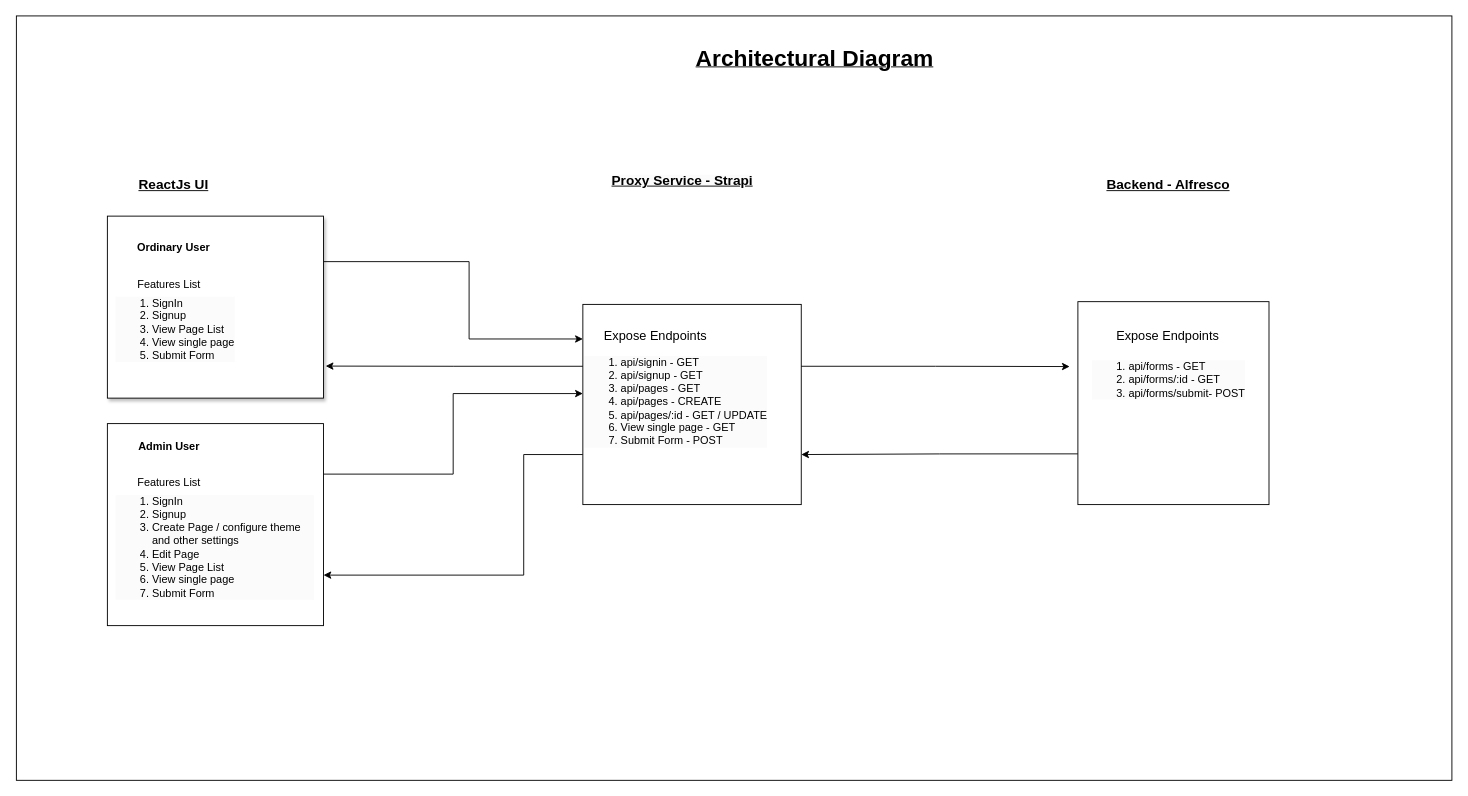
This is archiecture.drawio from mountainfirefly/diagrams, a draw.io file, before an edit. Source tidied: cells renumbered, new cells numbered last; positions are measured from the earlier drawing's top-left corner, leaving out a move shared by most shapes. Both pictures are drawn from the tidied source at 91%, with x=0, y=0 at pixel (15, 15).
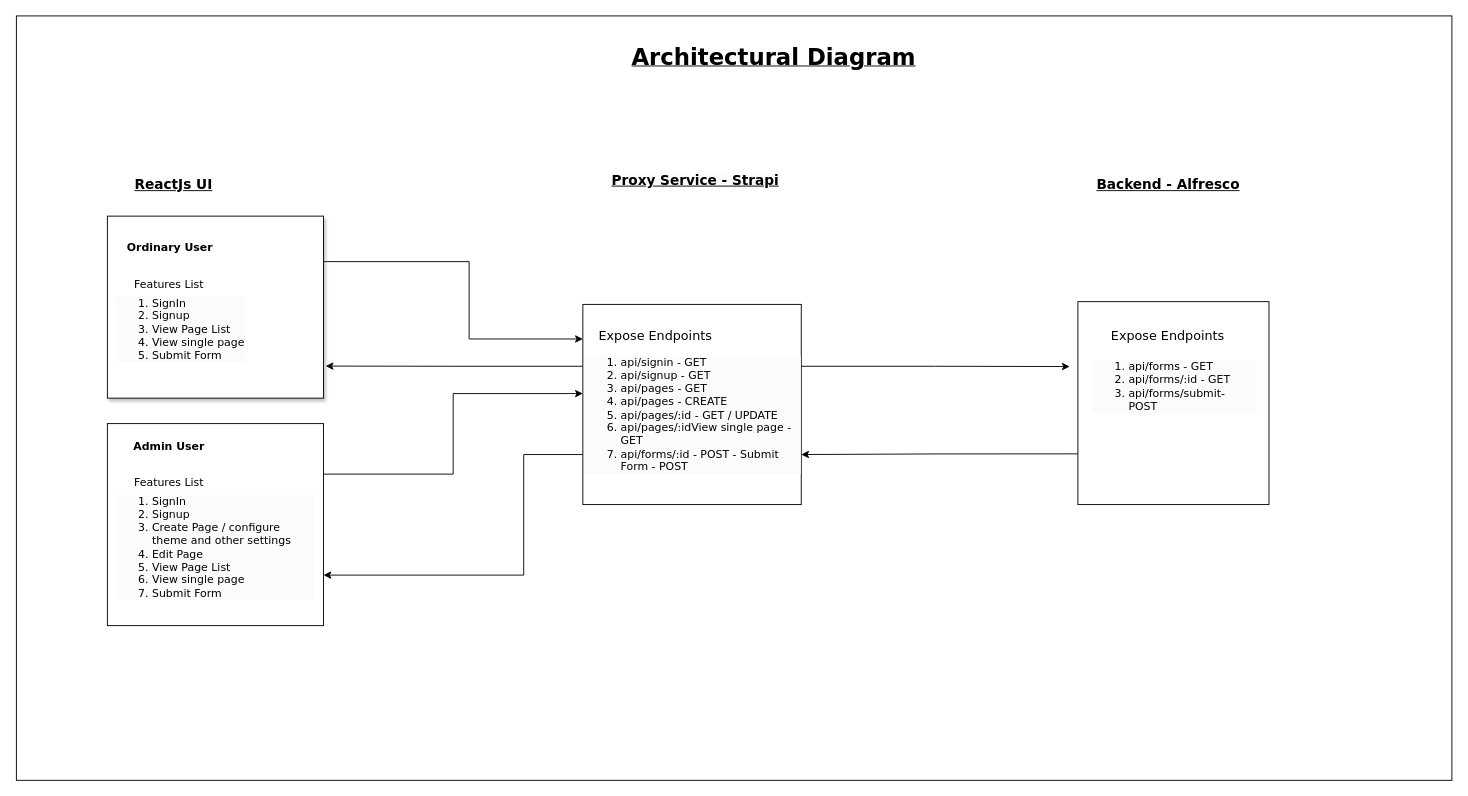
Above is the later version.

What changed in the source:
```diff
@@
-    <mxCell id="3" style="edgeStyle=orthogonalEdgeStyle;rounded=0;jettySize=auto;html=1;exitX=0;exitY=0.75;exitDx=0;exitDy=0;entryX=1;entryY=0.75;entryDx=0;entryDy=0;" parent="1" edge="1" source="4" target="6">
+    <mxCell id="3" style="edgeStyle=orthogonalEdgeStyle;rounded=0;jettySize=auto;html=1;exitX=0;exitY=0.75;exitDx=0;exitDy=0;entryX=1;entryY=0.75;entryDx=0;entryDy=0;fontFamily=Verdana;" parent="1" edge="1" source="4" target="6">
       <mxGeometry relative="1" as="geometry" />
     </mxCell>
-    <mxCell id="4" style="rounded=0;whiteSpace=wrap;html=1;" parent="1" vertex="1">
+    <mxCell id="4" style="rounded=0;whiteSpace=wrap;html=1;fontFamily=Verdana;" parent="1" vertex="1">
       <mxGeometry x="1167" y="314" width="210" height="223" as="geometry" />
     </mxCell>
-    <mxCell id="5" style="edgeStyle=orthogonalEdgeStyle;rounded=0;jettySize=auto;html=1;exitX=0;exitY=0.75;exitDx=0;exitDy=0;entryX=1;entryY=0.75;entryDx=0;entryDy=0;" parent="1" edge="1" source="6" target="8">
+    <mxCell id="5" style="edgeStyle=orthogonalEdgeStyle;rounded=0;jettySize=auto;html=1;exitX=0;exitY=0.75;exitDx=0;exitDy=0;entryX=1;entryY=0.75;entryDx=0;entryDy=0;fontFamily=Verdana;" parent="1" edge="1" source="6" target="8">
       <mxGeometry relative="1" as="geometry">
         <Array as="points">
           <mxPoint x="558" y="482" />
           <mxPoint x="558" y="615" />
         </Array>
       </mxGeometry>
     </mxCell>
-    <mxCell id="6" style="rounded=0;whiteSpace=wrap;html=1;" parent="1" vertex="1">
+    <mxCell id="6" style="rounded=0;whiteSpace=wrap;html=1;fontFamily=Verdana;" parent="1" vertex="1">
       <mxGeometry x="623" y="317" width="240" height="220" as="geometry" />
     </mxCell>
-    <mxCell id="7" style="edgeStyle=orthogonalEdgeStyle;rounded=0;jettySize=auto;html=1;exitX=1;exitY=0.25;exitDx=0;exitDy=0;entryX=0;entryY=0.5;entryDx=0;entryDy=0;" parent="1" edge="1" source="8" target="22">
+    <mxCell id="7" style="edgeStyle=orthogonalEdgeStyle;rounded=0;jettySize=auto;html=1;exitX=1;exitY=0.25;exitDx=0;exitDy=0;entryX=0;entryY=0.5;entryDx=0;entryDy=0;fontFamily=Verdana;" parent="1" edge="1" source="8" target="22">
       <mxGeometry relative="1" as="geometry" />
     </mxCell>
-    <mxCell id="8" style="rounded=0;whiteSpace=wrap;html=1;" parent="1" vertex="1">
+    <mxCell id="8" style="rounded=0;whiteSpace=wrap;html=1;fontFamily=Verdana;" parent="1" vertex="1">
       <mxGeometry x="100.5" y="448" width="237.5" height="222" as="geometry" />
     </mxCell>
-    <mxCell id="9" style="edgeStyle=orthogonalEdgeStyle;rounded=0;jettySize=auto;html=1;exitX=1;exitY=0.25;exitDx=0;exitDy=0;entryX=0;entryY=0;entryDx=0;entryDy=0;" parent="1" edge="1" source="10" target="22">
+    <mxCell id="9" style="edgeStyle=orthogonalEdgeStyle;rounded=0;jettySize=auto;html=1;exitX=1;exitY=0.25;exitDx=0;exitDy=0;entryX=0;entryY=0;entryDx=0;entryDy=0;fontFamily=Verdana;" parent="1" edge="1" source="10" target="22">
       <mxGeometry relative="1" as="geometry">
         <Array as="points">
           <mxPoint x="498" y="270" />
           <mxPoint x="498" y="355" />
         </Array>
       </mxGeometry>
     </mxCell>
-    <mxCell id="10" style="rounded=0;whiteSpace=wrap;html=1;shadow=1;" parent="1" vertex="1">
+    <mxCell id="10" style="rounded=0;whiteSpace=wrap;html=1;shadow=1;fontFamily=Verdana;" parent="1" vertex="1">
       <mxGeometry x="100.5" y="220" width="237.5" height="200" as="geometry" />
     </mxCell>
-    <mxCell id="11" value="&lt;font style=&quot;font-size: 15px;&quot;&gt;&lt;u&gt;&lt;b&gt;ReactJs UI&lt;/b&gt;&lt;/u&gt;&lt;/font&gt;" style="text;html=1;align=center;verticalAlign=middle;strokeColor=none;fillColor=none;" parent="1" vertex="1">
-      <mxGeometry x="123" y="170" width="100" height="30" as="geometry" />
+    <mxCell id="11" value="&lt;font style=&quot;font-size: 15px;&quot;&gt;&lt;u&gt;&lt;b&gt;ReactJs UI&lt;/b&gt;&lt;/u&gt;&lt;/font&gt;" style="text;html=1;align=center;verticalAlign=middle;strokeColor=none;fillColor=none;fontFamily=Verdana;" parent="1" vertex="1">
+      <mxGeometry x="118" y="170" width="110" height="30" as="geometry" />
     </mxCell>
-    <mxCell id="12" value="&lt;ol style=&quot;border-color: var(--border-color); color: rgb(0, 0, 0); font-family: Helvetica; font-size: 12px; font-style: normal; font-variant-ligatures: normal; font-variant-caps: normal; font-weight: 400; letter-spacing: normal; orphans: 2; text-align: left; text-indent: 0px; text-transform: none; widows: 2; word-spacing: 0px; -webkit-text-stroke-width: 0px; background-color: rgb(251, 251, 251); text-decoration-thickness: initial; text-decoration-style: initial; text-decoration-color: initial;&quot;&gt;&lt;li style=&quot;border-color: var(--border-color);&quot;&gt;&lt;span style=&quot;border-color: var(--border-color); background-color: initial;&quot;&gt;SignIn&lt;/span&gt;&lt;/li&gt;&lt;li style=&quot;border-color: var(--border-color);&quot;&gt;&lt;span style=&quot;border-color: var(--border-color); background-color: initial;&quot;&gt;Signup&lt;/span&gt;&lt;/li&gt;&lt;li style=&quot;border-color: var(--border-color);&quot;&gt;&lt;span style=&quot;border-color: var(--border-color); background-color: initial;&quot;&gt;View Page List&lt;/span&gt;&lt;/li&gt;&lt;li style=&quot;border-color: var(--border-color);&quot;&gt;&lt;span style=&quot;border-color: var(--border-color); background-color: initial;&quot;&gt;View single page&lt;/span&gt;&lt;/li&gt;&lt;li style=&quot;border-color: var(--border-color);&quot;&gt;Submit Form&lt;/li&gt;&lt;/ol&gt;" style="text;whiteSpace=wrap;html=1;" parent="1" vertex="1">
+    <mxCell id="12" value="&lt;ol style=&quot;border-color: var(--border-color); color: rgb(0, 0, 0); font-size: 12px; font-style: normal; font-variant-ligatures: normal; font-variant-caps: normal; font-weight: 400; letter-spacing: normal; orphans: 2; text-align: left; text-indent: 0px; text-transform: none; widows: 2; word-spacing: 0px; -webkit-text-stroke-width: 0px; background-color: rgb(251, 251, 251); text-decoration-thickness: initial; text-decoration-style: initial; text-decoration-color: initial;&quot;&gt;&lt;li style=&quot;border-color: var(--border-color);&quot;&gt;&lt;span style=&quot;border-color: var(--border-color); background-color: initial;&quot;&gt;SignIn&lt;/span&gt;&lt;/li&gt;&lt;li style=&quot;border-color: var(--border-color);&quot;&gt;&lt;span style=&quot;border-color: var(--border-color); background-color: initial;&quot;&gt;Signup&lt;/span&gt;&lt;/li&gt;&lt;li style=&quot;border-color: var(--border-color);&quot;&gt;&lt;span style=&quot;border-color: var(--border-color); background-color: initial;&quot;&gt;View Page List&lt;/span&gt;&lt;/li&gt;&lt;li style=&quot;border-color: var(--border-color);&quot;&gt;&lt;span style=&quot;border-color: var(--border-color); background-color: initial;&quot;&gt;View single page&lt;/span&gt;&lt;/li&gt;&lt;li style=&quot;border-color: var(--border-color);&quot;&gt;Submit Form&lt;/li&gt;&lt;/ol&gt;" style="text;whiteSpace=wrap;html=1;fontFamily=Verdana;" parent="1" vertex="1">
       <mxGeometry x="108" y="290" width="145" height="120" as="geometry" />
     </mxCell>
-    <mxCell id="13" value="Features List" style="text;html=1;align=center;verticalAlign=middle;strokeColor=none;fillColor=none;" parent="1" vertex="1">
-      <mxGeometry x="123" y="280" width="90" height="30" as="geometry" />
+    <mxCell id="13" value="Features List" style="text;html=1;align=center;verticalAlign=middle;strokeColor=none;fillColor=none;fontFamily=Verdana;" parent="1" vertex="1">
+      <mxGeometry x="118" y="280" width="100" height="30" as="geometry" />
     </mxCell>
-    <mxCell id="14" value="&lt;b&gt;Ordinary User&lt;/b&gt;" style="text;html=1;strokeColor=none;fillColor=none;align=center;verticalAlign=middle;whiteSpace=wrap;rounded=0;" parent="1" vertex="1">
-      <mxGeometry x="125.5" y="240" width="95" height="30" as="geometry" />
+    <mxCell id="14" value="&lt;b&gt;Ordinary User&lt;/b&gt;" style="text;html=1;strokeColor=none;fillColor=none;align=center;verticalAlign=middle;whiteSpace=wrap;rounded=0;fontFamily=Verdana;" parent="1" vertex="1">
+      <mxGeometry x="118" y="240" width="102.5" height="30" as="geometry" />
     </mxCell>
-    <mxCell id="15" value="&lt;ol style=&quot;border-color: var(--border-color); color: rgb(0, 0, 0); font-family: Helvetica; font-size: 12px; font-style: normal; font-variant-ligatures: normal; font-variant-caps: normal; font-weight: 400; letter-spacing: normal; orphans: 2; text-align: left; text-indent: 0px; text-transform: none; widows: 2; word-spacing: 0px; -webkit-text-stroke-width: 0px; background-color: rgb(251, 251, 251); text-decoration-thickness: initial; text-decoration-style: initial; text-decoration-color: initial;&quot;&gt;&lt;li style=&quot;border-color: var(--border-color);&quot;&gt;&lt;span style=&quot;border-color: var(--border-color); background-color: initial;&quot;&gt;SignIn&lt;/span&gt;&lt;/li&gt;&lt;li style=&quot;border-color: var(--border-color);&quot;&gt;&lt;span style=&quot;border-color: var(--border-color); background-color: initial;&quot;&gt;Signup&lt;br&gt;&lt;/span&gt;&lt;/li&gt;&lt;li style=&quot;border-color: var(--border-color);&quot;&gt;Create Page / configure theme and other settings&lt;/li&gt;&lt;li style=&quot;border-color: var(--border-color);&quot;&gt;Edit Page&lt;/li&gt;&lt;li style=&quot;border-color: var(--border-color);&quot;&gt;&lt;span style=&quot;border-color: var(--border-color); background-color: initial;&quot;&gt;View Page List&lt;/span&gt;&lt;/li&gt;&lt;li style=&quot;border-color: var(--border-color);&quot;&gt;View single page&lt;/li&gt;&lt;li style=&quot;border-color: var(--border-color);&quot;&gt;Submit Form&lt;/li&gt;&lt;/ol&gt;" style="text;whiteSpace=wrap;html=1;" parent="1" vertex="1">
+    <mxCell id="15" value="&lt;ol style=&quot;border-color: var(--border-color); color: rgb(0, 0, 0); font-size: 12px; font-style: normal; font-variant-ligatures: normal; font-variant-caps: normal; font-weight: 400; letter-spacing: normal; orphans: 2; text-align: left; text-indent: 0px; text-transform: none; widows: 2; word-spacing: 0px; -webkit-text-stroke-width: 0px; background-color: rgb(251, 251, 251); text-decoration-thickness: initial; text-decoration-style: initial; text-decoration-color: initial;&quot;&gt;&lt;li style=&quot;border-color: var(--border-color);&quot;&gt;&lt;span style=&quot;border-color: var(--border-color); background-color: initial;&quot;&gt;SignIn&lt;/span&gt;&lt;/li&gt;&lt;li style=&quot;border-color: var(--border-color);&quot;&gt;&lt;span style=&quot;border-color: var(--border-color); background-color: initial;&quot;&gt;Signup&lt;br&gt;&lt;/span&gt;&lt;/li&gt;&lt;li style=&quot;border-color: var(--border-color);&quot;&gt;Create Page / configure theme and other settings&lt;/li&gt;&lt;li style=&quot;border-color: var(--border-color);&quot;&gt;Edit Page&lt;/li&gt;&lt;li style=&quot;border-color: var(--border-color);&quot;&gt;&lt;span style=&quot;border-color: var(--border-color); background-color: initial;&quot;&gt;View Page List&lt;/span&gt;&lt;/li&gt;&lt;li style=&quot;border-color: var(--border-color);&quot;&gt;View single page&lt;/li&gt;&lt;li style=&quot;border-color: var(--border-color);&quot;&gt;Submit Form&lt;/li&gt;&lt;/ol&gt;" style="text;whiteSpace=wrap;html=1;fontFamily=Verdana;" parent="1" vertex="1">
       <mxGeometry x="108" y="508" width="220" height="120" as="geometry" />
     </mxCell>
-    <mxCell id="16" value="Features List" style="text;html=1;align=center;verticalAlign=middle;strokeColor=none;fillColor=none;" parent="1" vertex="1">
-      <mxGeometry x="123" y="498" width="90" height="30" as="geometry" />
+    <mxCell id="16" value="Features List" style="text;html=1;align=center;verticalAlign=middle;strokeColor=none;fillColor=none;fontFamily=Verdana;" parent="1" vertex="1">
+      <mxGeometry x="118" y="498" width="100" height="30" as="geometry" />
     </mxCell>
-    <mxCell id="17" value="&lt;b&gt;Admin User&lt;/b&gt;" style="text;html=1;strokeColor=none;fillColor=none;align=center;verticalAlign=middle;whiteSpace=wrap;rounded=0;" parent="1" vertex="1">
+    <mxCell id="17" value="&lt;b&gt;Admin User&lt;/b&gt;" style="text;html=1;strokeColor=none;fillColor=none;align=center;verticalAlign=middle;whiteSpace=wrap;rounded=0;fontFamily=Verdana;" parent="1" vertex="1">
       <mxGeometry x="120.5" y="458" width="95" height="30" as="geometry" />
     </mxCell>
-    <mxCell id="18" value="&lt;span style=&quot;color: rgb(0, 0, 0); font-family: Helvetica; font-style: normal; font-variant-ligatures: normal; font-variant-caps: normal; letter-spacing: normal; orphans: 2; text-align: center; text-indent: 0px; text-transform: none; widows: 2; word-spacing: 0px; -webkit-text-stroke-width: 0px; background-color: rgb(251, 251, 251); text-decoration-thickness: initial; text-decoration-style: initial; text-decoration-color: initial; float: none; display: inline !important;&quot;&gt;&lt;font style=&quot;font-size: 15px;&quot;&gt;&lt;u style=&quot;&quot;&gt;&lt;b&gt;Proxy Service - Strapi&lt;/b&gt;&lt;/u&gt;&lt;/font&gt;&lt;/span&gt;" style="text;whiteSpace=wrap;html=1;" parent="1" vertex="1">
-      <mxGeometry x="653" y="165" width="180" height="40" as="geometry" />
+    <mxCell id="18" value="&lt;span style=&quot;color: rgb(0, 0, 0); font-style: normal; font-variant-ligatures: normal; font-variant-caps: normal; letter-spacing: normal; orphans: 2; text-align: center; text-indent: 0px; text-transform: none; widows: 2; word-spacing: 0px; -webkit-text-stroke-width: 0px; background-color: rgb(251, 251, 251); text-decoration-thickness: initial; text-decoration-style: initial; text-decoration-color: initial; float: none; display: inline !important;&quot;&gt;&lt;font style=&quot;font-size: 15px;&quot;&gt;&lt;u style=&quot;&quot;&gt;&lt;b&gt;Proxy Service - Strapi&lt;/b&gt;&lt;/u&gt;&lt;/font&gt;&lt;/span&gt;" style="text;whiteSpace=wrap;html=1;fontFamily=Verdana;" parent="1" vertex="1">
+      <mxGeometry x="653" y="165" width="205" height="40" as="geometry" />
     </mxCell>
-    <mxCell id="19" value="&lt;font style=&quot;font-size: 14px;&quot;&gt;Expose Endpoints&lt;/font&gt;" style="text;html=1;strokeColor=none;fillColor=none;align=center;verticalAlign=middle;whiteSpace=wrap;rounded=0;" parent="1" vertex="1">
+    <mxCell id="19" value="&lt;font style=&quot;font-size: 14px;&quot;&gt;Expose Endpoints&lt;/font&gt;" style="text;html=1;strokeColor=none;fillColor=none;align=center;verticalAlign=middle;whiteSpace=wrap;rounded=0;fontFamily=Verdana;" parent="1" vertex="1">
       <mxGeometry x="623" y="337" width="160" height="30" as="geometry" />
     </mxCell>
-    <mxCell id="20" style="edgeStyle=orthogonalEdgeStyle;rounded=0;jettySize=auto;html=1;exitX=0;exitY=0.25;exitDx=0;exitDy=0;entryX=1.01;entryY=0.824;entryDx=0;entryDy=0;entryPerimeter=0;" parent="1" edge="1" source="22" target="10">
+    <mxCell id="20" style="edgeStyle=orthogonalEdgeStyle;rounded=0;jettySize=auto;html=1;exitX=0;exitY=0.25;exitDx=0;exitDy=0;entryX=1.01;entryY=0.824;entryDx=0;entryDy=0;entryPerimeter=0;fontFamily=Verdana;" parent="1" edge="1" source="22" target="10">
       <mxGeometry relative="1" as="geometry" />
     </mxCell>
-    <mxCell id="21" style="edgeStyle=orthogonalEdgeStyle;rounded=0;jettySize=auto;html=1;exitX=1;exitY=0.25;exitDx=0;exitDy=0;" parent="1" edge="1" source="22">
+    <mxCell id="21" style="edgeStyle=orthogonalEdgeStyle;rounded=0;jettySize=auto;html=1;exitX=1;exitY=0.25;exitDx=0;exitDy=0;fontFamily=Verdana;" parent="1" edge="1" source="22">
       <mxGeometry relative="1" as="geometry">
         <mxPoint x="1158" y="385.3" as="targetPoint" />
       </mxGeometry>
     </mxCell>
-    <mxCell id="22" value="&lt;ol style=&quot;border-color: var(--border-color); color: rgb(0, 0, 0); font-family: Helvetica; font-size: 12px; font-style: normal; font-variant-ligatures: normal; font-variant-caps: normal; font-weight: 400; letter-spacing: normal; orphans: 2; text-align: left; text-indent: 0px; text-transform: none; widows: 2; word-spacing: 0px; -webkit-text-stroke-width: 0px; background-color: rgb(251, 251, 251); text-decoration-thickness: initial; text-decoration-style: initial; text-decoration-color: initial;&quot;&gt;&lt;li style=&quot;border-color: var(--border-color);&quot;&gt;api/signin - GET&lt;/li&gt;&lt;li style=&quot;border-color: var(--border-color);&quot;&gt;api/signup - GET&lt;/li&gt;&lt;li style=&quot;border-color: var(--border-color);&quot;&gt;api/pages - GET&lt;/li&gt;&lt;li style=&quot;border-color: var(--border-color);&quot;&gt;api/pages - CREATE&lt;/li&gt;&lt;li style=&quot;border-color: var(--border-color);&quot;&gt;api/pages/:id - GET / UPDATE&lt;/li&gt;&lt;li style=&quot;border-color: var(--border-color);&quot;&gt;&lt;span style=&quot;border-color: var(--border-color); background-color: initial;&quot;&gt;View single page - GET&amp;nbsp;&lt;/span&gt;&lt;/li&gt;&lt;li style=&quot;border-color: var(--border-color);&quot;&gt;Submit Form - POST&lt;/li&gt;&lt;/ol&gt;" style="text;whiteSpace=wrap;html=1;" parent="1" vertex="1">
+    <mxCell id="22" value="&lt;ol style=&quot;border-color: var(--border-color); color: rgb(0, 0, 0); font-size: 12px; font-style: normal; font-variant-ligatures: normal; font-variant-caps: normal; font-weight: 400; letter-spacing: normal; orphans: 2; text-align: left; text-indent: 0px; text-transform: none; widows: 2; word-spacing: 0px; -webkit-text-stroke-width: 0px; background-color: rgb(251, 251, 251); text-decoration-thickness: initial; text-decoration-style: initial; text-decoration-color: initial;&quot;&gt;&lt;li style=&quot;border-color: var(--border-color);&quot;&gt;api/signin - GET&lt;/li&gt;&lt;li style=&quot;border-color: var(--border-color);&quot;&gt;api/signup - GET&lt;/li&gt;&lt;li style=&quot;border-color: var(--border-color);&quot;&gt;api/pages - GET&lt;/li&gt;&lt;li style=&quot;border-color: var(--border-color);&quot;&gt;api/pages - CREATE&lt;/li&gt;&lt;li style=&quot;border-color: var(--border-color);&quot;&gt;api/pages/:id - GET / UPDATE&lt;/li&gt;&lt;li style=&quot;border-color: var(--border-color);&quot;&gt;&lt;span style=&quot;border-color: var(--border-color); background-color: initial;&quot;&gt;api/pages/:idView single page - GET&amp;nbsp;&lt;/span&gt;&lt;/li&gt;&lt;li style=&quot;border-color: var(--border-color);&quot;&gt;api/forms/:id - POST - Submit Form - POST&lt;/li&gt;&lt;/ol&gt;" style="text;whiteSpace=wrap;html=1;fontFamily=Verdana;" parent="1" vertex="1">
       <mxGeometry x="623" y="355" width="240" height="120" as="geometry" />
     </mxCell>
-    <mxCell id="23" value="&lt;font style=&quot;font-size: 15px;&quot;&gt;&lt;u&gt;&lt;b&gt;Backend - Alfresco&lt;/b&gt;&lt;/u&gt;&lt;/font&gt;" style="text;html=1;align=center;verticalAlign=middle;strokeColor=none;fillColor=none;" parent="1" vertex="1">
-      <mxGeometry x="1185.5" y="170" width="160" height="30" as="geometry" />
+    <mxCell id="23" value="&lt;font style=&quot;font-size: 15px;&quot;&gt;&lt;u&gt;&lt;b&gt;Backend - Alfresco&lt;/b&gt;&lt;/u&gt;&lt;/font&gt;" style="text;html=1;align=center;verticalAlign=middle;strokeColor=none;fillColor=none;fontFamily=Verdana;" parent="1" vertex="1">
+      <mxGeometry x="1175.5" y="170" width="180" height="30" as="geometry" />
     </mxCell>
-    <mxCell id="24" value="&lt;ol style=&quot;border-color: var(--border-color); color: rgb(0, 0, 0); font-family: Helvetica; font-size: 12px; font-style: normal; font-variant-ligatures: normal; font-variant-caps: normal; font-weight: 400; letter-spacing: normal; orphans: 2; text-align: left; text-indent: 0px; text-transform: none; widows: 2; word-spacing: 0px; -webkit-text-stroke-width: 0px; background-color: rgb(251, 251, 251); text-decoration-thickness: initial; text-decoration-style: initial; text-decoration-color: initial;&quot;&gt;&lt;li style=&quot;border-color: var(--border-color);&quot;&gt;api/forms - GET&lt;/li&gt;&lt;li style=&quot;border-color: var(--border-color);&quot;&gt;api/forms/:id - GET&lt;/li&gt;&lt;li style=&quot;border-color: var(--border-color);&quot;&gt;api/forms/submit- POST&lt;/li&gt;&lt;/ol&gt;" style="text;whiteSpace=wrap;html=1;" parent="1" vertex="1">
+    <mxCell id="24" value="&lt;ol style=&quot;border-color: var(--border-color); color: rgb(0, 0, 0); font-size: 12px; font-style: normal; font-variant-ligatures: normal; font-variant-caps: normal; font-weight: 400; letter-spacing: normal; orphans: 2; text-align: left; text-indent: 0px; text-transform: none; widows: 2; word-spacing: 0px; -webkit-text-stroke-width: 0px; background-color: rgb(251, 251, 251); text-decoration-thickness: initial; text-decoration-style: initial; text-decoration-color: initial;&quot;&gt;&lt;li style=&quot;border-color: var(--border-color);&quot;&gt;api/forms - GET&lt;/li&gt;&lt;li style=&quot;border-color: var(--border-color);&quot;&gt;api/forms/:id - GET&lt;/li&gt;&lt;li style=&quot;border-color: var(--border-color);&quot;&gt;api/forms/submit- POST&lt;/li&gt;&lt;/ol&gt;" style="text;whiteSpace=wrap;html=1;fontFamily=Verdana;" parent="1" vertex="1">
       <mxGeometry x="1180.8" y="360" width="182.5" height="80" as="geometry" />
     </mxCell>
-    <mxCell id="25" value="&lt;font style=&quot;font-size: 14px;&quot;&gt;Expose Endpoints&lt;/font&gt;" style="text;html=1;strokeColor=none;fillColor=none;align=center;verticalAlign=middle;whiteSpace=wrap;rounded=0;" parent="1" vertex="1">
+    <mxCell id="25" value="&lt;font style=&quot;font-size: 14px;&quot;&gt;Expose Endpoints&lt;/font&gt;" style="text;html=1;strokeColor=none;fillColor=none;align=center;verticalAlign=middle;whiteSpace=wrap;rounded=0;fontFamily=Verdana;" parent="1" vertex="1">
       <mxGeometry x="1185.5" y="337" width="160" height="30" as="geometry" />
     </mxCell>
-    <mxCell id="26" value="&lt;u style=&quot;&quot;&gt;&lt;b style=&quot;&quot;&gt;&lt;font style=&quot;font-size: 25px;&quot;&gt;Architectural Diagram&lt;/font&gt;&lt;/b&gt;&lt;/u&gt;" style="text;html=1;strokeColor=none;fillColor=none;align=center;verticalAlign=middle;whiteSpace=wrap;rounded=0;" parent="1" vertex="1">
-      <mxGeometry x="738" y="30" width="280" height="30" as="geometry" />
+    <mxCell id="26" value="&lt;u style=&quot;&quot;&gt;&lt;b style=&quot;&quot;&gt;&lt;font style=&quot;font-size: 25px;&quot;&gt;Architectural Diagram&lt;/font&gt;&lt;/b&gt;&lt;/u&gt;" style="text;html=1;strokeColor=none;fillColor=none;align=center;verticalAlign=middle;whiteSpace=wrap;rounded=0;fontFamily=Verdana;" parent="1" vertex="1">
+      <mxGeometry x="658" y="30" width="350" height="30" as="geometry" />
     </mxCell>
```
